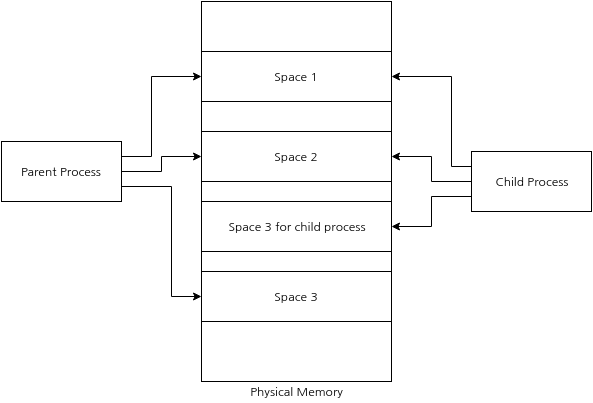
This is imgs/cow02.png from lsahn-gh/lsahn-gh.github.io, a draw.io export, as it was before one commit. Source tidied: cells renumbered, new cells last; positions are measured from the earlier drawing's top-left corner, leaving out a move shared by most shapes. The source it was exported from:
```xml
<mxGraphModel background="#ffffff">
  <root>
    <mxCell id="0" />
    <mxCell id="1" parent="0" />
    <mxCell id="2" style="whiteSpace=wrap;html=1;rounded=0;verticalAlign=bottom;" parent="1" vertex="1">
      <mxGeometry x="200" width="190" height="380" as="geometry" />
    </mxCell>
    <mxCell id="3" value="Space 1" style="whiteSpace=wrap;html=1;rounded=0;" parent="1" vertex="1">
      <mxGeometry x="200" y="50" width="190" height="50" as="geometry" />
    </mxCell>
    <mxCell id="4" value="Space 2" style="whiteSpace=wrap;html=1;rounded=0;" parent="1" vertex="1">
      <mxGeometry x="200" y="130" width="190" height="50" as="geometry" />
    </mxCell>
    <mxCell id="5" value="Space 3" style="whiteSpace=wrap;html=1;rounded=0;" parent="1" vertex="1">
      <mxGeometry x="200" y="270" width="190" height="50" as="geometry" />
    </mxCell>
    <mxCell id="6" style="edgeStyle=orthogonalEdgeStyle;rounded=0;html=1;exitX=1;exitY=0.25;entryX=0;entryY=0.5;jettySize=auto;" parent="1" edge="1" source="9" target="3">
      <mxGeometry relative="1" as="geometry">
        <Array as="points">
          <mxPoint x="150" y="155" />
          <mxPoint x="150" y="75" />
        </Array>
      </mxGeometry>
    </mxCell>
    <mxCell id="7" style="edgeStyle=orthogonalEdgeStyle;rounded=0;html=1;exitX=1;exitY=0.5;entryX=0;entryY=0.5;jettySize=auto;" parent="1" edge="1" source="9" target="4">
      <mxGeometry relative="1" as="geometry">
        <Array as="points">
          <mxPoint x="160" y="170" />
          <mxPoint x="160" y="155" />
        </Array>
      </mxGeometry>
    </mxCell>
    <mxCell id="8" style="edgeStyle=orthogonalEdgeStyle;rounded=0;html=1;exitX=1;exitY=0.75;entryX=0;entryY=0.5;jettySize=auto;" parent="1" edge="1" source="9" target="5">
      <mxGeometry relative="1" as="geometry">
        <Array as="points">
          <mxPoint x="170" y="185" />
          <mxPoint x="170" y="295" />
        </Array>
      </mxGeometry>
    </mxCell>
    <mxCell id="9" value="Parent Process" style="rounded=0;whiteSpace=wrap;html=1;" parent="1" vertex="1">
      <mxGeometry y="140" width="120" height="60" as="geometry" />
    </mxCell>
    <mxCell id="10" style="edgeStyle=orthogonalEdgeStyle;rounded=0;html=1;exitX=0;exitY=0.25;entryX=1;entryY=0.5;jettySize=auto;" parent="1" edge="1" source="13" target="3">
      <mxGeometry relative="1" as="geometry">
        <Array as="points">
          <mxPoint x="450" y="165" />
          <mxPoint x="450" y="75" />
        </Array>
      </mxGeometry>
    </mxCell>
    <mxCell id="11" style="edgeStyle=orthogonalEdgeStyle;rounded=0;html=1;exitX=0;exitY=0.5;entryX=1;entryY=0.5;jettySize=auto;" parent="1" edge="1" source="13" target="4">
      <mxGeometry relative="1" as="geometry" />
    </mxCell>
    <mxCell id="12" style="edgeStyle=orthogonalEdgeStyle;rounded=0;html=1;exitX=0;exitY=0.75;entryX=1;entryY=0.5;jettySize=auto;" parent="1" edge="1" source="13" target="15">
      <mxGeometry relative="1" as="geometry">
        <Array as="points">
          <mxPoint x="430" y="195" />
          <mxPoint x="430" y="225" />
        </Array>
      </mxGeometry>
    </mxCell>
    <mxCell id="13" value="Child Process" style="rounded=0;whiteSpace=wrap;html=1;" parent="1" vertex="1">
      <mxGeometry x="470" y="150" width="120" height="60" as="geometry" />
    </mxCell>
    <mxCell id="14" value="Physical Memory" style="text;html=1;strokeColor=none;fillColor=none;align=center;verticalAlign=middle;whiteSpace=wrap;overflow=hidden;rounded=0;" parent="1" vertex="1">
      <mxGeometry x="240" y="380" width="110" height="20" as="geometry" />
    </mxCell>
    <mxCell id="15" value="Space 3 for child process" style="whiteSpace=wrap;html=1;rounded=0;" parent="1" vertex="1">
      <mxGeometry x="200" y="200" width="190" height="50" as="geometry" />
    </mxCell>
  </root>
</mxGraphModel>
```
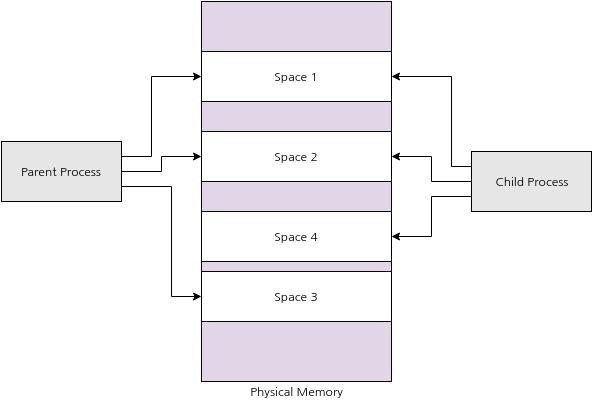
After the change.

Change to the diagram source:
```diff
@@ -2,7 +2,7 @@
   <root>
     <mxCell id="0" />
     <mxCell id="1" parent="0" />
-    <mxCell id="2" style="whiteSpace=wrap;html=1;rounded=0;verticalAlign=bottom;" parent="1" vertex="1">
+    <mxCell id="2" style="whiteSpace=wrap;html=1;rounded=0;verticalAlign=bottom;fillColor=#E1D5E7;" parent="1" vertex="1">
       <mxGeometry x="200" width="190" height="380" as="geometry" />
     </mxCell>
     <mxCell id="3" value="Space 1" style="whiteSpace=wrap;html=1;rounded=0;" parent="1" vertex="1">
@@ -38,7 +38,7 @@
         </Array>
       </mxGeometry>
     </mxCell>
-    <mxCell id="9" value="Parent Process" style="rounded=0;whiteSpace=wrap;html=1;" parent="1" vertex="1">
+    <mxCell id="9" value="Parent Process" style="rounded=0;whiteSpace=wrap;html=1;fillColor=#E6E6E6;" parent="1" vertex="1">
       <mxGeometry y="140" width="120" height="60" as="geometry" />
     </mxCell>
     <mxCell id="10" style="edgeStyle=orthogonalEdgeStyle;rounded=0;html=1;exitX=0;exitY=0.25;entryX=1;entryY=0.5;jettySize=auto;" parent="1" edge="1" source="13" target="3">
@@ -52,22 +52,22 @@
     <mxCell id="11" style="edgeStyle=orthogonalEdgeStyle;rounded=0;html=1;exitX=0;exitY=0.5;entryX=1;entryY=0.5;jettySize=auto;" parent="1" edge="1" source="13" target="4">
       <mxGeometry relative="1" as="geometry" />
     </mxCell>
-    <mxCell id="12" style="edgeStyle=orthogonalEdgeStyle;rounded=0;html=1;exitX=0;exitY=0.75;entryX=1;entryY=0.5;jettySize=auto;" parent="1" edge="1" source="13" target="15">
+    <mxCell id="12" style="edgeStyle=orthogonalEdgeStyle;rounded=0;html=1;exitX=0;exitY=0.75;jettySize=auto;entryX=1;entryY=0.5;" parent="1" edge="1" source="13" target="16">
       <mxGeometry relative="1" as="geometry">
         <Array as="points">
           <mxPoint x="430" y="195" />
-          <mxPoint x="430" y="225" />
+          <mxPoint x="430" y="235" />
         </Array>
       </mxGeometry>
     </mxCell>
-    <mxCell id="13" value="Child Process" style="rounded=0;whiteSpace=wrap;html=1;" parent="1" vertex="1">
+    <mxCell id="13" value="Child Process" style="rounded=0;whiteSpace=wrap;html=1;fillColor=#E6E6E6;" parent="1" vertex="1">
       <mxGeometry x="470" y="150" width="120" height="60" as="geometry" />
     </mxCell>
     <mxCell id="14" value="Physical Memory" style="text;html=1;strokeColor=none;fillColor=none;align=center;verticalAlign=middle;whiteSpace=wrap;overflow=hidden;rounded=0;" parent="1" vertex="1">
       <mxGeometry x="240" y="380" width="110" height="20" as="geometry" />
     </mxCell>
-    <mxCell id="15" value="Space 3 for child process" style="whiteSpace=wrap;html=1;rounded=0;" parent="1" vertex="1">
-      <mxGeometry x="200" y="200" width="190" height="50" as="geometry" />
-    </mxCell>
+    <mxCell id="16" value="Space 4" style="whiteSpace=wrap;html=1;rounded=0;" parent="1" vertex="1">
+      <mxGeometry x="200" y="210" width="190" height="50" as="geometry" />
+    </mxCell>
   </root>
 </mxGraphModel>
```
